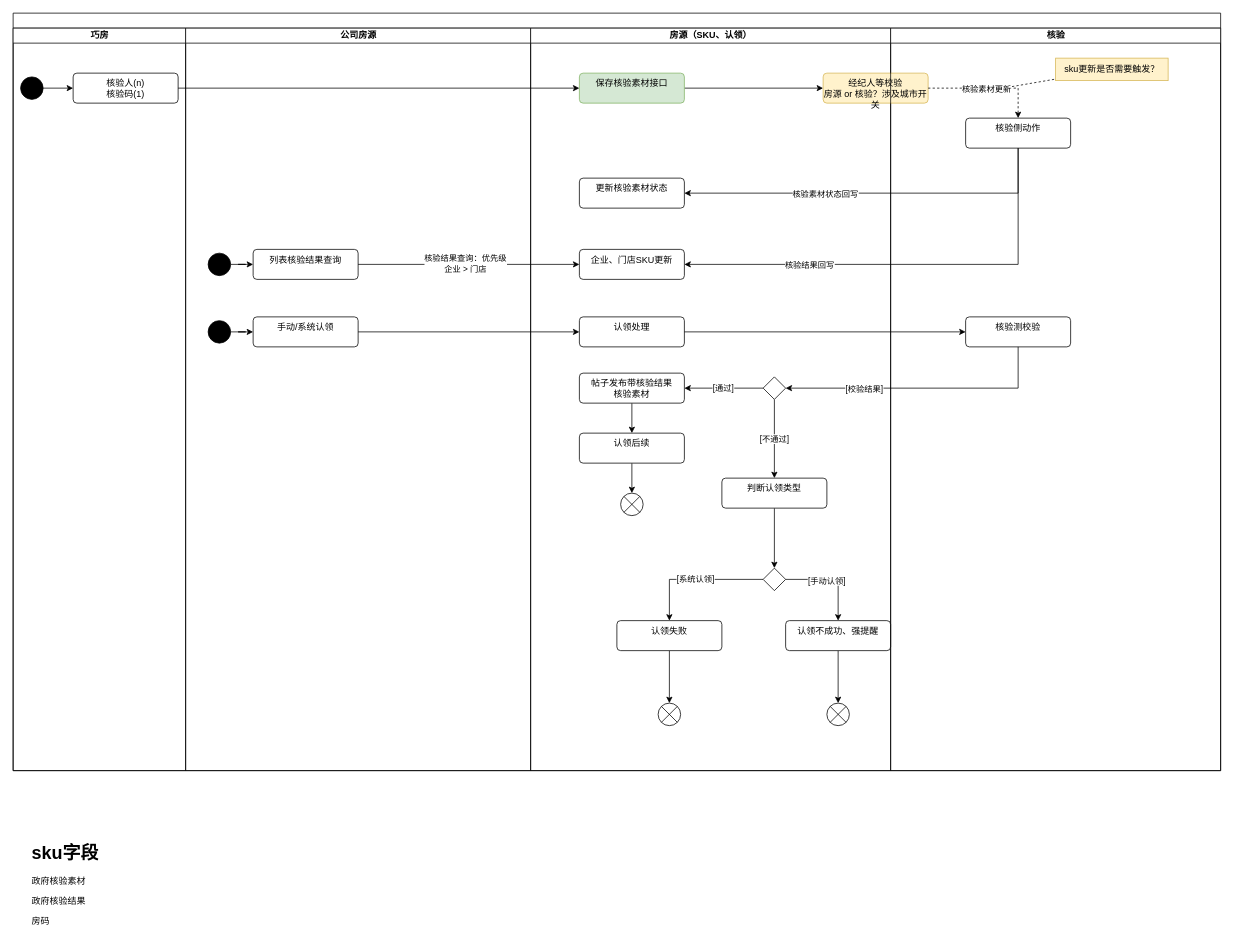
The draw.io diagram page "交互流程" (1 of 2) of 设计文档/政府核验sku化.drawio in guyukou/drawio, before the edit. Source tidied: cells renumbered, new cells numbered last; positions are measured from the earlier drawing's top-left corner, leaving out a move shared by most shapes. Both pictures are drawn from the tidied source at 75%, with x=0, y=0 at pixel (13, 13).
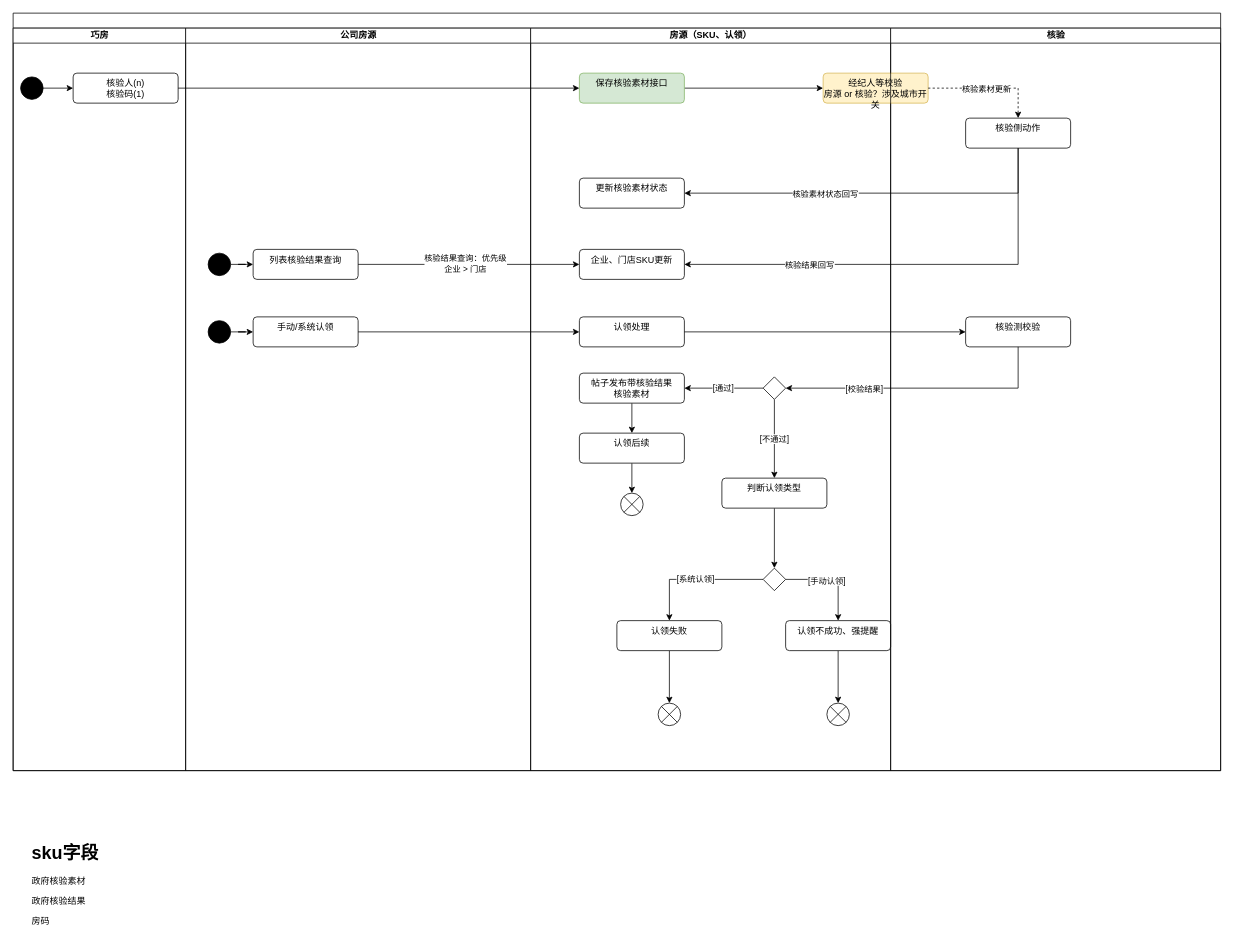
The same diagram, later.

The change refers to these unchanged cells:
```xml
<mxCell id="42" value="核验" style="swimlane;startSize=20;html=1;" parent="2" vertex="1">
  <mxGeometry x="1170" y="20" width="440" height="990" as="geometry" />
</mxCell>
```

Diff of the diagram source:
```diff
@@
-    <mxCell id="45" value="sku更新是否需要触发？" style="text;html=1;align=center;verticalAlign=middle;points=[];strokeColor=#d6b656;fillColor=#fff2cc;" parent="42" vertex="1">
-      <mxGeometry x="220" y="40" width="150" height="30" as="geometry" />
-    </mxCell>
-    <mxCell id="46" style="endArrow=none;dashed=1;html=1;rounded=0;" parent="42" edge="1" target="45">
-      <mxGeometry relative="1" as="geometry">
-        <mxPoint x="150" y="80" as="sourcePoint" />
-      </mxGeometry>
-    </mxCell>
```
